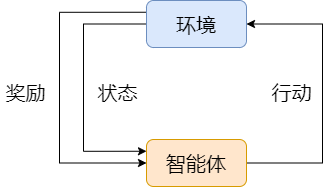
The draw.io diagram rl.drawio.png in lakomi/pictures, before a commit. Source tidied: cells renumbered, new cells last; positions are measured from the earlier drawing's top-left corner, leaving out a move shared by most shapes.
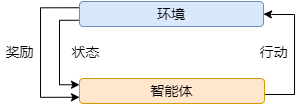
The same diagram one commit later.

Change to the diagram source:
```diff
@@ -2,44 +2,41 @@
   <root>
     <mxCell id="0" />
     <mxCell id="1" parent="0" />
-    <mxCell id="2" style="edgeStyle=orthogonalEdgeStyle;rounded=0;jettySize=auto;html=1;exitX=0;exitY=0.5;exitDx=0;exitDy=0;entryX=0;entryY=0.25;entryDx=0;entryDy=0;" parent="1" edge="1" source="4" target="6">
-      <mxGeometry relative="1" as="geometry">
-        <Array as="points">
-          <mxPoint x="83" y="24" />
-          <mxPoint x="83" y="151" />
-        </Array>
-      </mxGeometry>
-    </mxCell>
-    <mxCell id="3" style="edgeStyle=orthogonalEdgeStyle;rounded=0;jettySize=auto;html=1;exitX=0;exitY=0.25;exitDx=0;exitDy=0;entryX=0;entryY=0.5;entryDx=0;entryDy=0;" parent="1" edge="1" source="4" target="6">
-      <mxGeometry relative="1" as="geometry">
-        <Array as="points">
-          <mxPoint x="59" y="12" />
-          <mxPoint x="59" y="163" />
-        </Array>
-      </mxGeometry>
-    </mxCell>
+    <mxCell id="10" style="edgeStyle=orthogonalEdgeStyle;rounded=0;jettySize=auto;html=1;exitX=0;exitY=0.25;exitDx=0;exitDy=0;entryX=0;entryY=0.75;entryDx=0;entryDy=0;fontSize=14;" parent="1" edge="1" source="4" target="6">
+      <mxGeometry relative="1" as="geometry">
+        <Array as="points">
+          <mxPoint x="-11" y="6" />
+          <mxPoint x="-11" y="96" />
+        </Array>
+      </mxGeometry>
+    </mxCell>
+    <mxCell id="11" style="edgeStyle=orthogonalEdgeStyle;rounded=0;jettySize=auto;html=1;exitX=0;exitY=0.75;exitDx=0;exitDy=0;entryX=0;entryY=0.25;entryDx=0;entryDy=0;fontSize=14;" parent="1" edge="1" source="4" target="6">
+      <mxGeometry relative="1" as="geometry" />
+    </mxCell>
-    <mxCell id="4" value="环境" style="rounded=1;whiteSpace=wrap;html=1;fontSize=20;fillColor=#dae8fc;strokeColor=#6c8ebf;" parent="1" vertex="1">
-      <mxGeometry x="146" width="100" height="47" as="geometry" />
+    <mxCell id="4" value="环境" style="rounded=1;whiteSpace=wrap;html=1;fontSize=14;fillColor=#dae8fc;strokeColor=#6c8ebf;" parent="1" vertex="1">
+      <mxGeometry x="28" width="184" height="25" as="geometry" />
     </mxCell>
-    <mxCell id="5" style="edgeStyle=orthogonalEdgeStyle;rounded=0;jettySize=auto;html=1;exitX=1;exitY=0.5;exitDx=0;exitDy=0;entryX=1;entryY=0.5;entryDx=0;entryDy=0;" parent="1" edge="1" source="6" target="4">
+    <mxCell id="5" style="edgeStyle=orthogonalEdgeStyle;rounded=0;jettySize=auto;html=1;exitX=1;exitY=0.5;exitDx=0;exitDy=0;entryX=1;entryY=0.5;entryDx=0;entryDy=0;fontSize=14;" parent="1" edge="1" source="6" target="4">
       <mxGeometry relative="1" as="geometry">
         <Array as="points">
-          <mxPoint x="322" y="163" />
-          <mxPoint x="322" y="24" />
+          <mxPoint x="213" y="93" />
+          <mxPoint x="243" y="93" />
+          <mxPoint x="243" y="13" />
+          <mxPoint x="220" y="13" />
         </Array>
       </mxGeometry>
     </mxCell>
-    <mxCell id="6" value="智能体" style="rounded=1;whiteSpace=wrap;html=1;fontSize=20;fillColor=#ffe6cc;strokeColor=#d79b00;" parent="1" vertex="1">
-      <mxGeometry x="146" y="139" width="100" height="47" as="geometry" />
+    <mxCell id="6" value="智能体" style="rounded=1;whiteSpace=wrap;html=1;fontSize=14;fillColor=#ffe6cc;strokeColor=#d79b00;" parent="1" vertex="1">
+      <mxGeometry x="28" y="77" width="185" height="25" as="geometry" />
     </mxCell>
+    <mxCell id="9" value="奖励" style="text;html=1;align=center;verticalAlign=middle;strokeColor=none;fillColor=none;fontSize=14;" parent="1" vertex="1">
+      <mxGeometry x="-51" y="40" width="38" height="21" as="geometry" />
+    </mxCell>
+    <mxCell id="8" value="状态" style="text;html=1;align=center;verticalAlign=middle;strokeColor=none;fillColor=none;fontSize=14;" parent="1" vertex="1">
+      <mxGeometry x="15" y="40" width="38" height="21" as="geometry" />
+    </mxCell>
-    <mxCell id="7" value="行动" style="text;html=1;align=center;verticalAlign=middle;strokeColor=none;fillColor=none;fontSize=20;" parent="1" vertex="1">
-      <mxGeometry x="266" y="78" width="50" height="28" as="geometry" />
+    <mxCell id="7" value="行动" style="text;html=1;align=center;verticalAlign=middle;strokeColor=none;fillColor=none;fontSize=14;" parent="1" vertex="1">
+      <mxGeometry x="203" y="40" width="38" height="21" as="geometry" />
     </mxCell>
-    <mxCell id="8" value="状态" style="text;html=1;align=center;verticalAlign=middle;strokeColor=none;fillColor=none;fontSize=20;" parent="1" vertex="1">
-      <mxGeometry x="92" y="78" width="50" height="28" as="geometry" />
-    </mxCell>
-    <mxCell id="9" value="奖励" style="text;html=1;align=center;verticalAlign=middle;strokeColor=none;fillColor=none;fontSize=20;" parent="1" vertex="1">
-      <mxGeometry y="78" width="50" height="28" as="geometry" />
-    </mxCell>
   </root>
 </mxGraphModel>
```
